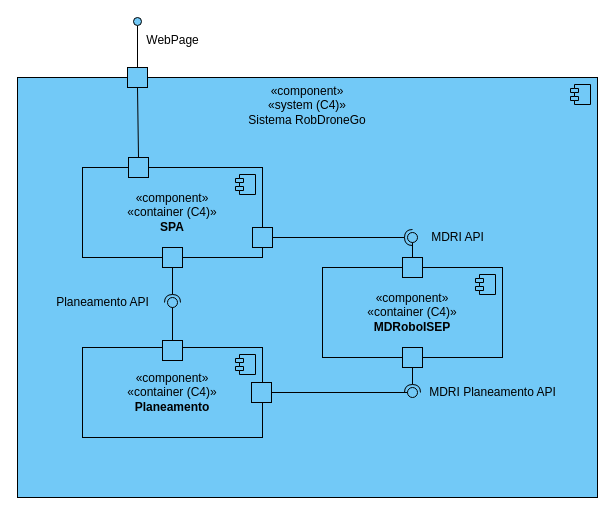
Above: docs/Sprint_B/N2/VL.drawio in SEM5PI2324G58/sem5pi_g58_23_24 (draw.io), before the change. Source tidied: cells renumbered, new cells numbered last; positions are measured from the earlier drawing's top-left corner, leaving out a move shared by most shapes. Both pictures are drawn from the tidied source at 100%, with x=0, y=0 at pixel (17, 17).
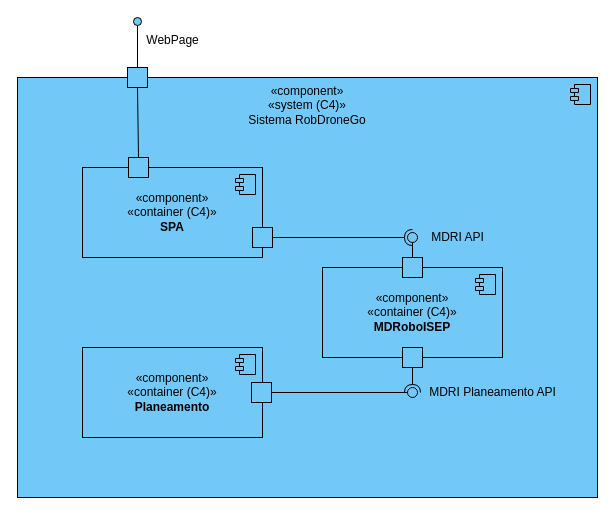
After the change.

The change refers to these unchanged cells:
```xml
<mxCell id="8" value="«component»&lt;br style=&quot;border-color: var(--border-color);&quot;&gt;«container (C4)»&lt;br&gt;&lt;b&gt;Planeamento&lt;/b&gt;" style="html=1;whiteSpace=wrap;fillColor=#72c9f7;" parent="1" vertex="1">
  <mxGeometry x="65" y="330" width="180" height="90" as="geometry" />
</mxCell>
<mxCell id="10" value="«component»&lt;br style=&quot;border-color: var(--border-color);&quot;&gt;«container (C4)»&lt;br&gt;&lt;b&gt;SPA&lt;/b&gt;" style="html=1;whiteSpace=wrap;fillColor=#72c9f7;" parent="1" vertex="1">
  <mxGeometry x="65" y="150" width="180" height="90" as="geometry" />
</mxCell>
<mxCell id="18" style="ellipse;whiteSpace=wrap;html=1;align=center;fillColor=none;strokeColor=none;perimeter=centerPerimeter;points=[];outlineConnect=1;" parent="1" vertex="1">
  <mxGeometry x="150" y="280" width="10" height="10" as="geometry" />
</mxCell>
```

Change to the diagram source:
```diff
@@
-    <mxCell id="16" style="rounded=0;jettySize=auto;html=1;endArrow=halfCircle;endFill=0;endSize=6;strokeWidth=1;sketch=0;exitX=0.5;exitY=1;exitDx=0;exitDy=0;" parent="1" edge="1" source="10" target="18">
-      <mxGeometry relative="1" as="geometry" />
-    </mxCell>
-    <mxCell id="17" style="rounded=0;jettySize=auto;html=1;endArrow=oval;endFill=0;sketch=0;sourcePerimeterSpacing=0;targetPerimeterSpacing=0;endSize=10;exitX=0.5;exitY=0;exitDx=0;exitDy=0;" parent="1" edge="1" source="8" target="18">
-      <mxGeometry relative="1" as="geometry" />
-    </mxCell>
@@
-    <mxCell id="24" style="html=1;rounded=0;fillColor=#72c9f7;" parent="1" vertex="1">
-      <mxGeometry x="145" y="323" width="20" height="20" as="geometry" />
-    </mxCell>
-    <mxCell id="25" style="html=1;rounded=0;fillColor=#72c9f7;" parent="1" vertex="1">
-      <mxGeometry x="145" y="230" width="20" height="20" as="geometry" />
-    </mxCell>
@@
-    <mxCell id="29" value="Planeamento API" style="text;html=1;align=center;verticalAlign=middle;strokeColor=none;fillColor=none;" parent="1" vertex="1">
-      <mxGeometry x="25" y="270" width="120" height="30" as="geometry" />
-    </mxCell>
```
